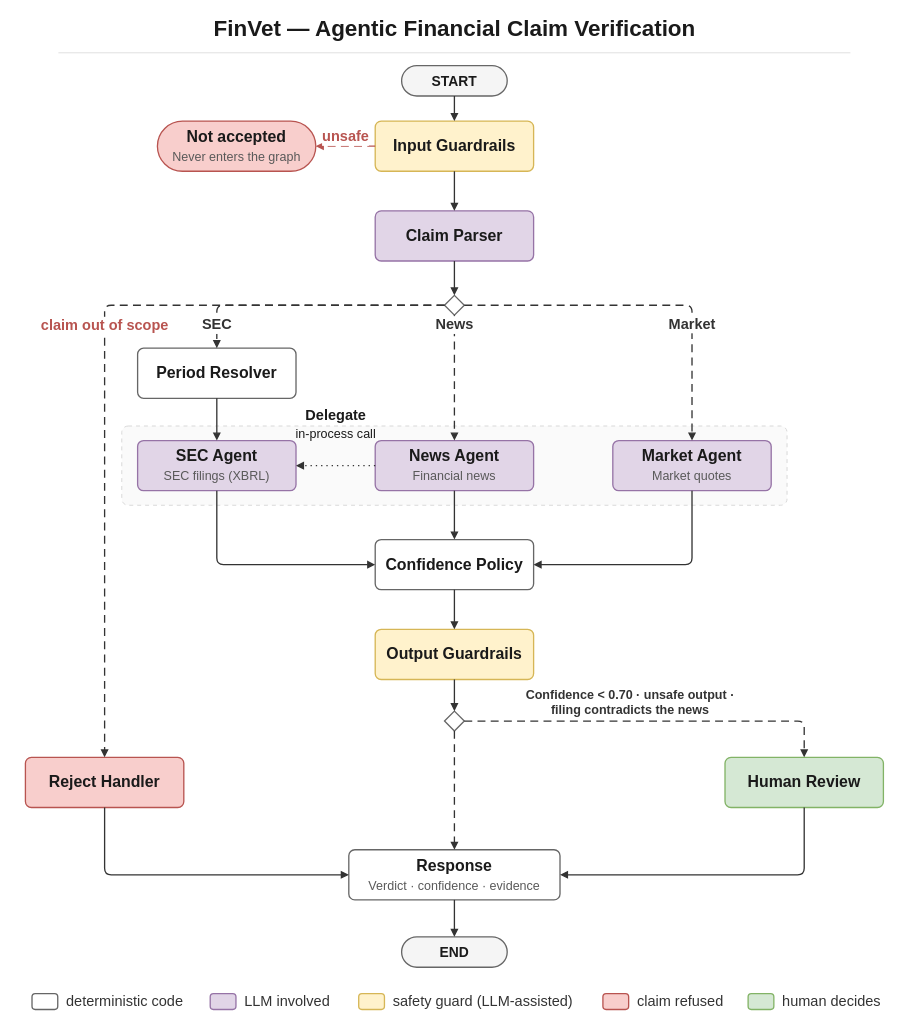
The draw.io diagram docs/diagrams/finvet-pipeline.drawio in danielberhane/finvet, before the edit. Source tidied: cells renumbered, new cells numbered last; positions are measured from the earlier drawing's top-left corner, leaving out a move shared by most shapes. Both pictures are drawn from the tidied source at 66%, with x=0, y=0 at pixel (25, 11).
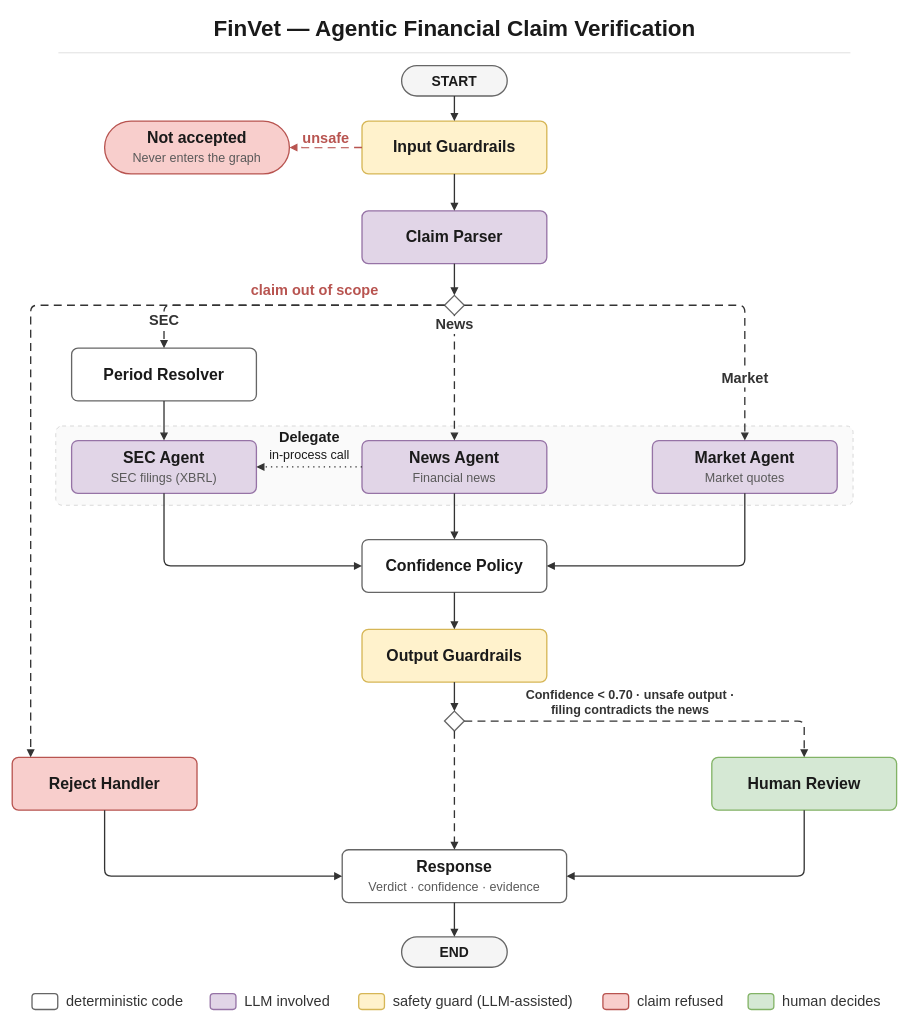
Above is the later version.

Commit message (it also covers changes not shown here):
docs(diagram): wider boxes and more room between columns (#77)

Unchanged cells that the change refers to:
```xml
<mxCell id="9" style="rhombus;whiteSpace=wrap;html=1;fillColor=#FFFFFF;strokeColor=#666666;strokeWidth=2;" parent="1" vertex="1">
  <mxGeometry x="635" y="430" width="30" height="30" as="geometry" />
</mxCell>
```

The edit, as a diff of the source:
```diff
@@
     <mxCell id="2" style="rounded=1;arcSize=8;html=1;fillColor=#FAFAFA;strokeColor=#D9D9D9;strokeWidth=1.5;dashed=1;dashPattern=4 4;" parent="1" vertex="1">
-      <mxGeometry x="146" y="628" width="1008" height="120" as="geometry" />
+      <mxGeometry x="46" y="628" width="1208" height="120" as="geometry" />
     </mxCell>
@@
     <mxCell id="6" value="&lt;b&gt;Input Guardrails&lt;/b&gt;" style="rounded=1;arcSize=12;whiteSpace=wrap;html=1;fontFamily=Helvetica;fontSize=24;fontColor=#1A1A1A;fillColor=#FFF2CC;strokeColor=#D6B656;strokeWidth=2;" parent="1" vertex="1">
-      <mxGeometry x="530" y="166" width="240" height="76" as="geometry" />
+      <mxGeometry x="510" y="166" width="280" height="80" as="geometry" />
     </mxCell>
     <mxCell id="7" value="&lt;b&gt;Not accepted&lt;/b&gt;&lt;br&gt;&lt;span style=&quot;font-size:19px;color:#595959;&quot;&gt;Never enters the graph&lt;/span&gt;" style="rounded=1;arcSize=50;whiteSpace=wrap;html=1;fontFamily=Helvetica;fontSize=24;fontColor=#1A1A1A;fillColor=#F8CECC;strokeColor=#B85450;strokeWidth=2;" parent="1" vertex="1">
-      <mxGeometry x="200" y="166" width="240" height="76" as="geometry" />
+      <mxGeometry x="120" y="166" width="280" height="80" as="geometry" />
     </mxCell>
     <mxCell id="8" value="&lt;b&gt;Claim Parser&lt;/b&gt;" style="rounded=1;arcSize=12;whiteSpace=wrap;html=1;fontFamily=Helvetica;fontSize=24;fontColor=#1A1A1A;fillColor=#E1D5E7;strokeColor=#9673A6;strokeWidth=2;" parent="1" vertex="1">
-      <mxGeometry x="530" y="302" width="240" height="76" as="geometry" />
+      <mxGeometry x="510" y="302" width="280" height="80" as="geometry" />
     </mxCell>
@@
     <mxCell id="10" value="&lt;b&gt;Period Resolver&lt;/b&gt;" style="rounded=1;arcSize=12;whiteSpace=wrap;html=1;fontFamily=Helvetica;fontSize=24;fontColor=#1A1A1A;fillColor=#FFFFFF;strokeColor=#666666;strokeWidth=2;" parent="1" vertex="1">
-      <mxGeometry x="170" y="510" width="240" height="76" as="geometry" />
+      <mxGeometry x="70" y="510" width="280" height="80" as="geometry" />
     </mxCell>
     <mxCell id="11" value="&lt;b&gt;SEC Agent&lt;/b&gt;&lt;br&gt;&lt;span style=&quot;font-size:19px;color:#595959;&quot;&gt;SEC filings (XBRL)&lt;/span&gt;" style="rounded=1;arcSize=12;whiteSpace=wrap;html=1;fontFamily=Helvetica;fontSize=24;fontColor=#1A1A1A;fillColor=#E1D5E7;strokeColor=#9673A6;strokeWidth=2;" parent="1" vertex="1">
-      <mxGeometry x="170" y="650" width="240" height="76" as="geometry" />
+      <mxGeometry x="70" y="650" width="280" height="80" as="geometry" />
     </mxCell>
     <mxCell id="12" value="&lt;b&gt;News Agent&lt;/b&gt;&lt;br&gt;&lt;span style=&quot;font-size:19px;color:#595959;&quot;&gt;Financial news&lt;/span&gt;" style="rounded=1;arcSize=12;whiteSpace=wrap;html=1;fontFamily=Helvetica;fontSize=24;fontColor=#1A1A1A;fillColor=#E1D5E7;strokeColor=#9673A6;strokeWidth=2;" parent="1" vertex="1">
-      <mxGeometry x="530" y="650" width="240" height="76" as="geometry" />
+      <mxGeometry x="510" y="650" width="280" height="80" as="geometry" />
     </mxCell>
     <mxCell id="13" value="&lt;b&gt;Market Agent&lt;/b&gt;&lt;br&gt;&lt;span style=&quot;font-size:19px;color:#595959;&quot;&gt;Market quotes&lt;/span&gt;" style="rounded=1;arcSize=12;whiteSpace=wrap;html=1;fontFamily=Helvetica;fontSize=24;fontColor=#1A1A1A;fillColor=#E1D5E7;strokeColor=#9673A6;strokeWidth=2;" parent="1" vertex="1">
-      <mxGeometry x="890" y="650" width="240" height="76" as="geometry" />
+      <mxGeometry x="950" y="650" width="280" height="80" as="geometry" />
     </mxCell>
     <mxCell id="14" value="&lt;b&gt;Confidence Policy&lt;/b&gt;" style="rounded=1;arcSize=12;whiteSpace=wrap;html=1;fontFamily=Helvetica;fontSize=24;fontColor=#1A1A1A;fillColor=#FFFFFF;strokeColor=#666666;strokeWidth=2;" parent="1" vertex="1">
-      <mxGeometry x="530" y="800" width="240" height="76" as="geometry" />
+      <mxGeometry x="510" y="800" width="280" height="80" as="geometry" />
     </mxCell>
     <mxCell id="15" value="&lt;b&gt;Output Guardrails&lt;/b&gt;" style="rounded=1;arcSize=12;whiteSpace=wrap;html=1;fontFamily=Helvetica;fontSize=24;fontColor=#1A1A1A;fillColor=#FFF2CC;strokeColor=#D6B656;strokeWidth=2;" parent="1" vertex="1">
-      <mxGeometry x="530" y="936" width="240" height="76" as="geometry" />
+      <mxGeometry x="510" y="936" width="280" height="80" as="geometry" />
     </mxCell>
@@
     <mxCell id="17" value="&lt;b&gt;Reject Handler&lt;/b&gt;" style="rounded=1;arcSize=12;whiteSpace=wrap;html=1;fontFamily=Helvetica;fontSize=24;fontColor=#1A1A1A;fillColor=#F8CECC;strokeColor=#B85450;strokeWidth=2;" parent="1" vertex="1">
-      <mxGeometry y="1130" width="240" height="76" as="geometry" />
+      <mxGeometry x="-20" y="1130" width="280" height="80" as="geometry" />
     </mxCell>
     <mxCell id="18" value="&lt;b&gt;Human Review&lt;/b&gt;" style="rounded=1;arcSize=12;whiteSpace=wrap;html=1;fontFamily=Helvetica;fontSize=24;fontColor=#1A1A1A;fillColor=#D5E8D4;strokeColor=#82B366;strokeWidth=2;" parent="1" vertex="1">
-      <mxGeometry x="1060" y="1130" width="240" height="76" as="geometry" />
+      <mxGeometry x="1040" y="1130" width="280" height="80" as="geometry" />
     </mxCell>
     <mxCell id="19" value="&lt;b&gt;Response&lt;/b&gt;&lt;br&gt;&lt;span style=&quot;font-size:19px;color:#595959;&quot;&gt;Verdict · confidence · evidence&lt;/span&gt;" style="rounded=1;arcSize=12;whiteSpace=wrap;html=1;fontFamily=Helvetica;fontSize=24;fontColor=#1A1A1A;fillColor=#FFFFFF;strokeColor=#666666;strokeWidth=2;" parent="1" vertex="1">
-      <mxGeometry x="490" y="1270" width="320" height="76" as="geometry" />
+      <mxGeometry x="480" y="1270" width="340" height="80" as="geometry" />
     </mxCell>
@@
-    <mxCell id="25" value="&lt;b&gt;claim out of scope&lt;/b&gt;" style="edgeStyle=orthogonalEdgeStyle;rounded=1;jettySize=auto;html=1;strokeWidth=2;endArrow=block;endFill=1;endSize=7;fontFamily=Helvetica;fontSize=22;labelBackgroundColor=#FFFFFF;jumpStyle=arc;jumpSize=10;dashed=1;dashPattern=6 4;strokeColor=#333333;fontColor=#B85450;exitX=0;exitY=0.5;exitDx=0;exitDy=0;entryX=0.5;entryY=0;entryDx=0;entryDy=0;" parent="1" edge="1" source="9" target="17">
-      <mxGeometry x="-0.09" relative="1" as="geometry">
+    <mxCell id="25" value="&lt;b&gt;claim out of scope&lt;/b&gt;" style="edgeStyle=orthogonalEdgeStyle;rounded=1;jettySize=auto;html=1;strokeWidth=2;endArrow=block;endFill=1;endSize=7;fontFamily=Helvetica;fontSize=22;labelBackgroundColor=#FFFFFF;jumpStyle=arc;jumpSize=10;dashed=1;dashPattern=6 4;strokeColor=#333333;fontColor=#B85450;exitX=0;exitY=0.5;exitDx=0;exitDy=0;entryX=0.1;entryY=0;entryDx=0;entryDy=0;" parent="1" edge="1" source="9" target="17">
+      <mxGeometry x="-0.7" relative="1" as="geometry">
         <Array as="points">
-          <mxPoint x="120" y="445" />
+          <mxPoint x="8" y="445" />
         </Array>
+        <mxPoint y="-22" as="offset" />
       </mxGeometry>
     </mxCell>
     <mxCell id="26" value="&lt;b&gt;SEC&lt;/b&gt;" style="edgeStyle=orthogonalEdgeStyle;rounded=1;jettySize=auto;html=1;strokeWidth=2;endArrow=block;endFill=1;endSize=7;fontFamily=Helvetica;fontSize=22;labelBackgroundColor=#FFFFFF;jumpStyle=arc;jumpSize=10;dashed=1;dashPattern=6 4;strokeColor=#333333;fontColor=#333333;exitX=0;exitY=0.5;exitDx=0;exitDy=0;entryX=0.5;entryY=0;entryDx=0;entryDy=0;" parent="1" edge="1" source="9" target="10">
       <mxGeometry x="0.83" relative="1" as="geometry">
         <Array as="points">
-          <mxPoint x="290" y="445" />
+          <mxPoint x="210" y="445" />
         </Array>
       </mxGeometry>
     </mxCell>
@@
     <mxCell id="28" value="&lt;b&gt;Market&lt;/b&gt;" style="edgeStyle=orthogonalEdgeStyle;rounded=1;jettySize=auto;html=1;strokeWidth=2;endArrow=block;endFill=1;endSize=7;fontFamily=Helvetica;fontSize=22;labelBackgroundColor=#FFFFFF;jumpStyle=arc;jumpSize=10;dashed=1;dashPattern=6 4;strokeColor=#333333;fontColor=#333333;exitX=1;exitY=0.5;exitDx=0;exitDy=0;entryX=0.5;entryY=0;entryDx=0;entryDy=0;" parent="1" edge="1" source="9" target="13">
-      <mxGeometry x="0.36" relative="1" as="geometry">
+      <mxGeometry x="0.7" relative="1" as="geometry">
         <Array as="points">
-          <mxPoint x="1010" y="445" />
+          <mxPoint x="1090" y="445" />
         </Array>
       </mxGeometry>
     </mxCell>
@@
     <mxCell id="30" value="&lt;b&gt;Delegate&lt;/b&gt;&lt;br&gt;&lt;span style=&quot;font-weight:normal;font-size:19px&quot;&gt;in-process call&lt;/span&gt;" style="edgeStyle=orthogonalEdgeStyle;rounded=1;jettySize=auto;html=1;strokeWidth=2;endArrow=block;endFill=1;endSize=7;fontFamily=Helvetica;fontSize=22;labelBackgroundColor=none;jumpStyle=arc;jumpSize=10;dashed=1;dashPattern=1 3;strokeColor=#333333;fontColor=#1A1A1A;exitX=0;exitY=0.5;exitDx=0;exitDy=0;entryX=1;entryY=0.5;entryDx=0;entryDy=0;" parent="1" edge="1" source="12" target="11">
       <mxGeometry relative="1" as="geometry">
-        <mxPoint y="-62" as="offset" />
+        <mxPoint y="-32" as="offset" />
       </mxGeometry>
     </mxCell>
```
